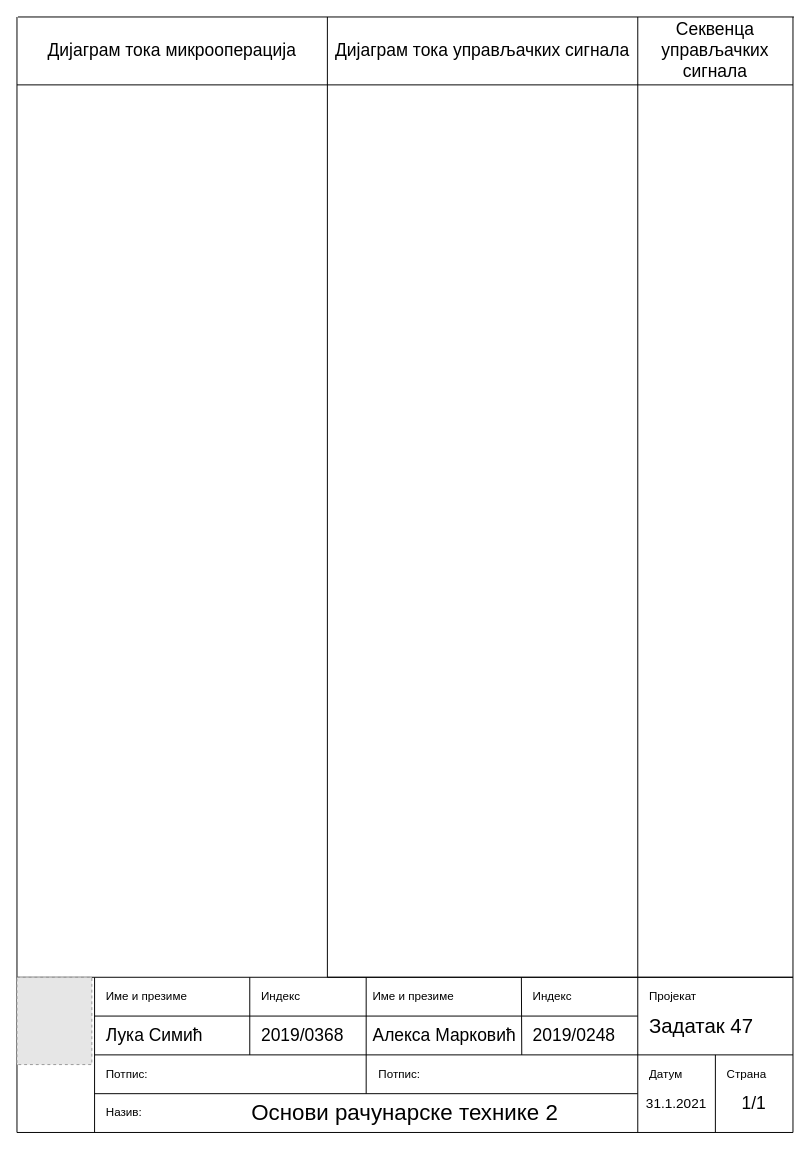
Above: page "Template" (5 of 5) of Dijagram.drawio in KockaAdmiralac/ORT2 (draw.io), before the change. Source tidied: cells renumbered, new cells numbered last; positions are measured from the earlier drawing's top-left corner, leaving out a move shared by most shapes. Both pictures are drawn from the tidied source at 97%, with x=0, y=0 at pixel (16, 16). Pictures stored in the file or linked from it are replaced by grey dashed boxes.
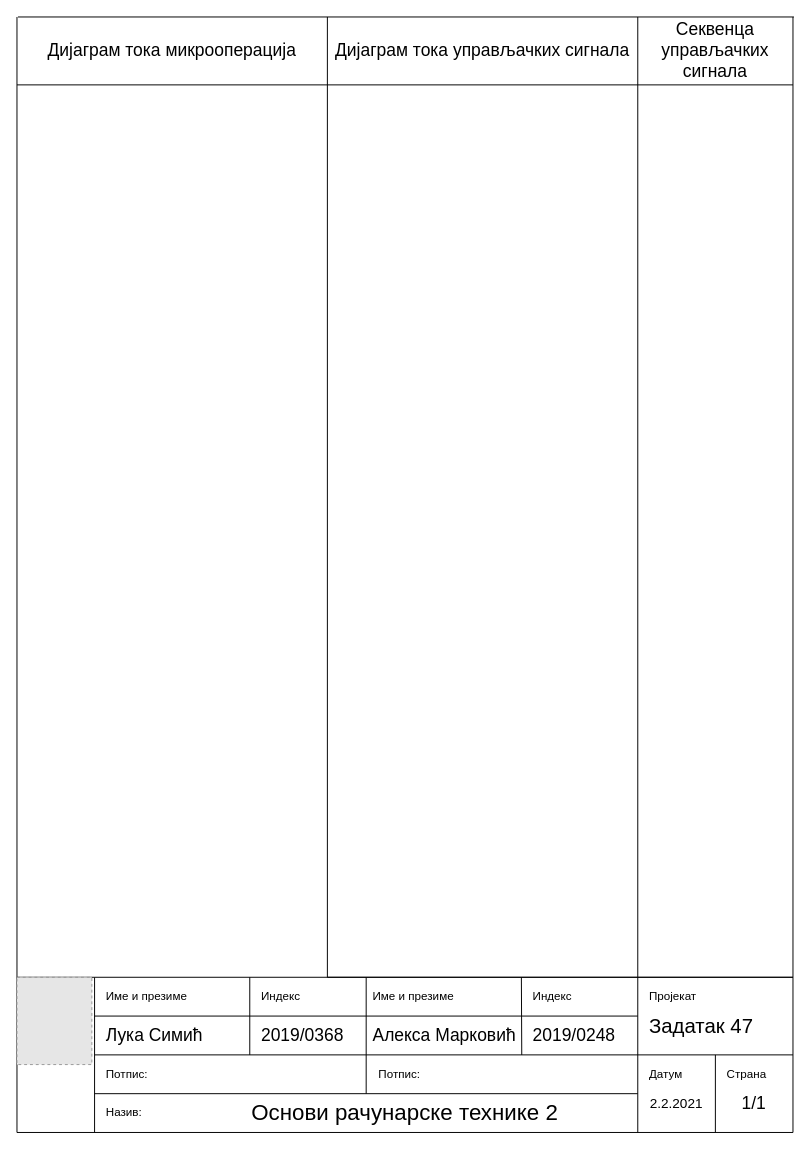
Above is the later version.

What changed in the source:
```diff
@@
-    <mxCell id="23" value="31.1.2021" style="text;html=1;strokeColor=none;fillColor=none;align=center;verticalAlign=middle;whiteSpace=wrap;rounded=0;fontSize=14;" parent="1" vertex="1">
+    <mxCell id="23" value="2.2.2021" style="text;html=1;strokeColor=none;fillColor=none;align=center;verticalAlign=middle;whiteSpace=wrap;rounded=0;fontSize=14;" parent="1" vertex="1">
       <mxGeometry x="640" y="1100" width="80" height="40" as="geometry" />
     </mxCell>
```
